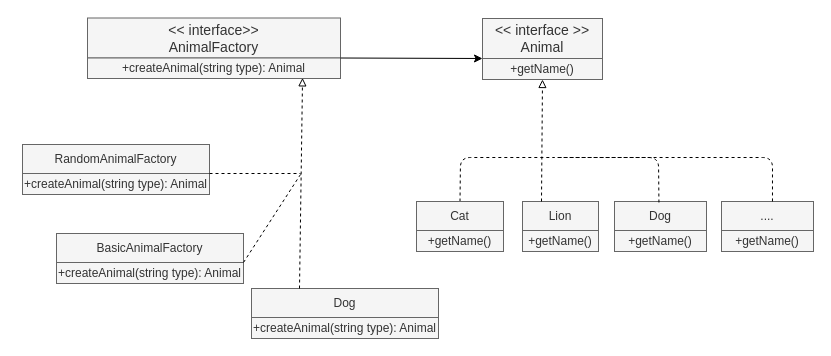
Above: Untitled Diagram.drawio in quoctrung163/diagram (draw.io), before the change. Source tidied: cells renumbered, new cells numbered last; positions are measured from the earlier drawing's top-left corner, leaving out a move shared by most shapes. Both pictures are drawn from the tidied source at 100%, with x=0, y=0 at pixel (22, 18).
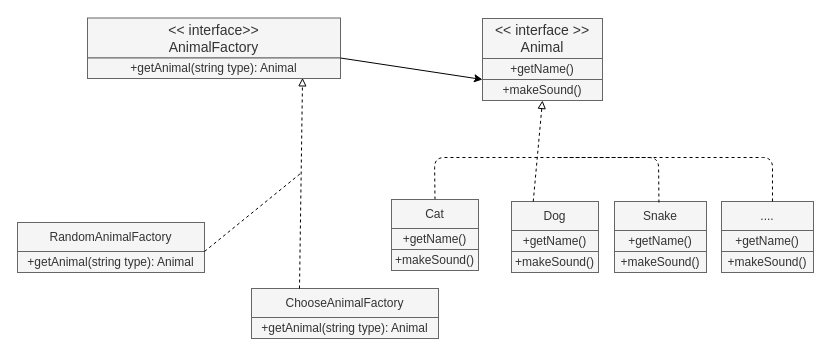
The same diagram, later.

What changed in the source:
```diff
@@
     <mxCell id="3" style="endArrow=none;html=1;rounded=1;dashed=1;endFill=0;exitX=0.5;exitY=0;exitDx=0;exitDy=0;jumpStyle=none;startSize=10;fontSize=11;labelBorderColor=none;" parent="1" edge="1" source="4">
       <mxGeometry relative="1" as="geometry">
         <mxPoint x="532" y="139" as="targetPoint" />
         <Array as="points">
-          <mxPoint x="438" y="139" />
+          <mxPoint x="412" y="139" />
           <mxPoint x="532" y="139" />
         </Array>
       </mxGeometry>
     </mxCell>
     <mxCell id="4" value="Cat" style="rounded=0;whiteSpace=wrap;html=1;fillColor=#f5f5f5;strokeColor=#666666;fontColor=#333333;" parent="1" vertex="1">
-      <mxGeometry x="394" y="183" width="87" height="29" as="geometry" />
+      <mxGeometry x="369" y="181" width="87" height="29" as="geometry" />
     </mxCell>
-    <mxCell id="5" value="+getName()" style="rounded=0;whiteSpace=wrap;html=1;fillColor=#f5f5f5;strokeColor=#666666;fontColor=#333333;" parent="1" vertex="1">
-      <mxGeometry x="460" y="40" width="120" height="21" as="geometry" />
+    <mxCell id="5" value="+makeSound()" style="rounded=0;whiteSpace=wrap;html=1;fillColor=#f5f5f5;strokeColor=#666666;fontColor=#333333;" parent="1" vertex="1">
+      <mxGeometry x="460" y="61" width="120" height="21" as="geometry" />
     </mxCell>
     <mxCell id="6" value="+getName()" style="rounded=0;whiteSpace=wrap;html=1;fillColor=#f5f5f5;strokeColor=#666666;fontColor=#333333;" parent="1" vertex="1">
-      <mxGeometry x="394" y="212" width="87" height="21" as="geometry" />
+      <mxGeometry x="369" y="210" width="87" height="21" as="geometry" />
     </mxCell>
-    <mxCell id="7" value="Lion" style="rounded=0;whiteSpace=wrap;html=1;fillColor=#f5f5f5;strokeColor=#666666;fontColor=#333333;" parent="1" vertex="1">
-      <mxGeometry x="500" y="183" width="76" height="29" as="geometry" />
+    <mxCell id="7" value="Dog" style="rounded=0;whiteSpace=wrap;html=1;fillColor=#f5f5f5;strokeColor=#666666;fontColor=#333333;" parent="1" vertex="1">
+      <mxGeometry x="489" y="183" width="87" height="29" as="geometry" />
     </mxCell>
     <mxCell id="8" value="+getName()" style="rounded=0;whiteSpace=wrap;html=1;fillColor=#f5f5f5;strokeColor=#666666;fontColor=#333333;" parent="1" vertex="1">
-      <mxGeometry x="500" y="212" width="76" height="21" as="geometry" />
+      <mxGeometry x="489" y="212" width="87" height="21" as="geometry" />
     </mxCell>
@@
-    <mxCell id="10" value="Dog" style="rounded=0;whiteSpace=wrap;html=1;fillColor=#f5f5f5;strokeColor=#666666;fontColor=#333333;" parent="1" vertex="1">
+    <mxCell id="10" value="Snake" style="rounded=0;whiteSpace=wrap;html=1;fillColor=#f5f5f5;strokeColor=#666666;fontColor=#333333;" parent="1" vertex="1">
       <mxGeometry x="592" y="183" width="92" height="29" as="geometry" />
     </mxCell>
@@
-    <mxCell id="14" value="+createAnimal(string type): Animal" style="rounded=0;whiteSpace=wrap;html=1;fillColor=#f5f5f5;strokeColor=#666666;fontColor=#333333;" parent="1" vertex="1">
+    <mxCell id="14" value="+getAnimal(string type): Animal" style="rounded=0;whiteSpace=wrap;html=1;fillColor=#f5f5f5;strokeColor=#666666;fontColor=#333333;" parent="1" vertex="1">
       <mxGeometry x="65" y="39.5" width="253" height="20.5" as="geometry" />
     </mxCell>
@@
     <mxCell id="19" value="RandomAnimalFactory" style="rounded=0;whiteSpace=wrap;html=1;fillColor=#f5f5f5;strokeColor=#666666;fontColor=#333333;" parent="1" vertex="1">
-      <mxGeometry y="126" width="187" height="29" as="geometry" />
+      <mxGeometry x="-5" y="204" width="187" height="29" as="geometry" />
     </mxCell>
-    <mxCell id="20" value="+createAnimal(string type): Animal" style="rounded=0;whiteSpace=wrap;html=1;fillColor=#f5f5f5;strokeColor=#666666;fontColor=#333333;" parent="1" vertex="1">
-      <mxGeometry y="155" width="187" height="21" as="geometry" />
+    <mxCell id="20" value="+getAnimal(string type): Animal" style="rounded=0;whiteSpace=wrap;html=1;fillColor=#f5f5f5;strokeColor=#666666;fontColor=#333333;" parent="1" vertex="1">
+      <mxGeometry x="-5" y="233" width="187" height="21" as="geometry" />
     </mxCell>
-    <mxCell id="21" value="BasicAnimalFactory" style="rounded=0;whiteSpace=wrap;html=1;fillColor=#f5f5f5;strokeColor=#666666;fontColor=#333333;" parent="1" vertex="1">
-      <mxGeometry x="34" y="215" width="187" height="29" as="geometry" />
-    </mxCell>
-    <mxCell id="22" value="Dog" style="rounded=0;whiteSpace=wrap;html=1;fillColor=#f5f5f5;strokeColor=#666666;fontColor=#333333;" parent="1" vertex="1">
+    <mxCell id="22" value="ChooseAnimalFactory" style="rounded=0;whiteSpace=wrap;html=1;fillColor=#f5f5f5;strokeColor=#666666;fontColor=#333333;" parent="1" vertex="1">
       <mxGeometry x="229" y="270" width="187" height="29" as="geometry" />
     </mxCell>
-    <mxCell id="23" value="+createAnimal(string type): Animal" style="rounded=0;whiteSpace=wrap;html=1;fillColor=#f5f5f5;strokeColor=#666666;fontColor=#333333;" parent="1" vertex="1">
-      <mxGeometry x="34" y="244" width="187" height="21" as="geometry" />
-    </mxCell>
-    <mxCell id="24" value="+createAnimal(string type): Animal" style="rounded=0;whiteSpace=wrap;html=1;fillColor=#f5f5f5;strokeColor=#666666;fontColor=#333333;" parent="1" vertex="1">
+    <mxCell id="24" value="+getAnimal(string type): Animal" style="rounded=0;whiteSpace=wrap;html=1;fillColor=#f5f5f5;strokeColor=#666666;fontColor=#333333;" parent="1" vertex="1">
       <mxGeometry x="229" y="299" width="187" height="21" as="geometry" />
     </mxCell>
@@
-    <mxCell id="27" style="endArrow=none;dashed=1;html=1;fontSize=11;exitX=1;exitY=1;exitDx=0;exitDy=0;endFill=0;startSize=10;" parent="1" edge="1" source="21">
-      <mxGeometry relative="1" as="geometry">
-        <mxPoint x="278" y="156" as="targetPoint" />
-      </mxGeometry>
-    </mxCell>
+    <mxCell id="28" value="+getName()" style="rounded=0;whiteSpace=wrap;html=1;fillColor=#f5f5f5;strokeColor=#666666;fontColor=#333333;" parent="1" vertex="1">
+      <mxGeometry x="460" y="40" width="120" height="21" as="geometry" />
+    </mxCell>
+    <mxCell id="29" value="+makeSound()" style="rounded=0;whiteSpace=wrap;html=1;fillColor=#f5f5f5;strokeColor=#666666;fontColor=#333333;" parent="1" vertex="1">
+      <mxGeometry x="369" y="231" width="87" height="21" as="geometry" />
+    </mxCell>
+    <mxCell id="30" value="+makeSound()" style="rounded=0;whiteSpace=wrap;html=1;fillColor=#f5f5f5;strokeColor=#666666;fontColor=#333333;" parent="1" vertex="1">
+      <mxGeometry x="489" y="233" width="87" height="21" as="geometry" />
+    </mxCell>
+    <mxCell id="31" value="+makeSound()" style="rounded=0;whiteSpace=wrap;html=1;fillColor=#f5f5f5;strokeColor=#666666;fontColor=#333333;" parent="1" vertex="1">
+      <mxGeometry x="592" y="233" width="92" height="21" as="geometry" />
+    </mxCell>
+    <mxCell id="32" value="+makeSound()" style="rounded=0;whiteSpace=wrap;html=1;fillColor=#f5f5f5;strokeColor=#666666;fontColor=#333333;" parent="1" vertex="1">
+      <mxGeometry x="699" y="233" width="92" height="21" as="geometry" />
+    </mxCell>
```
